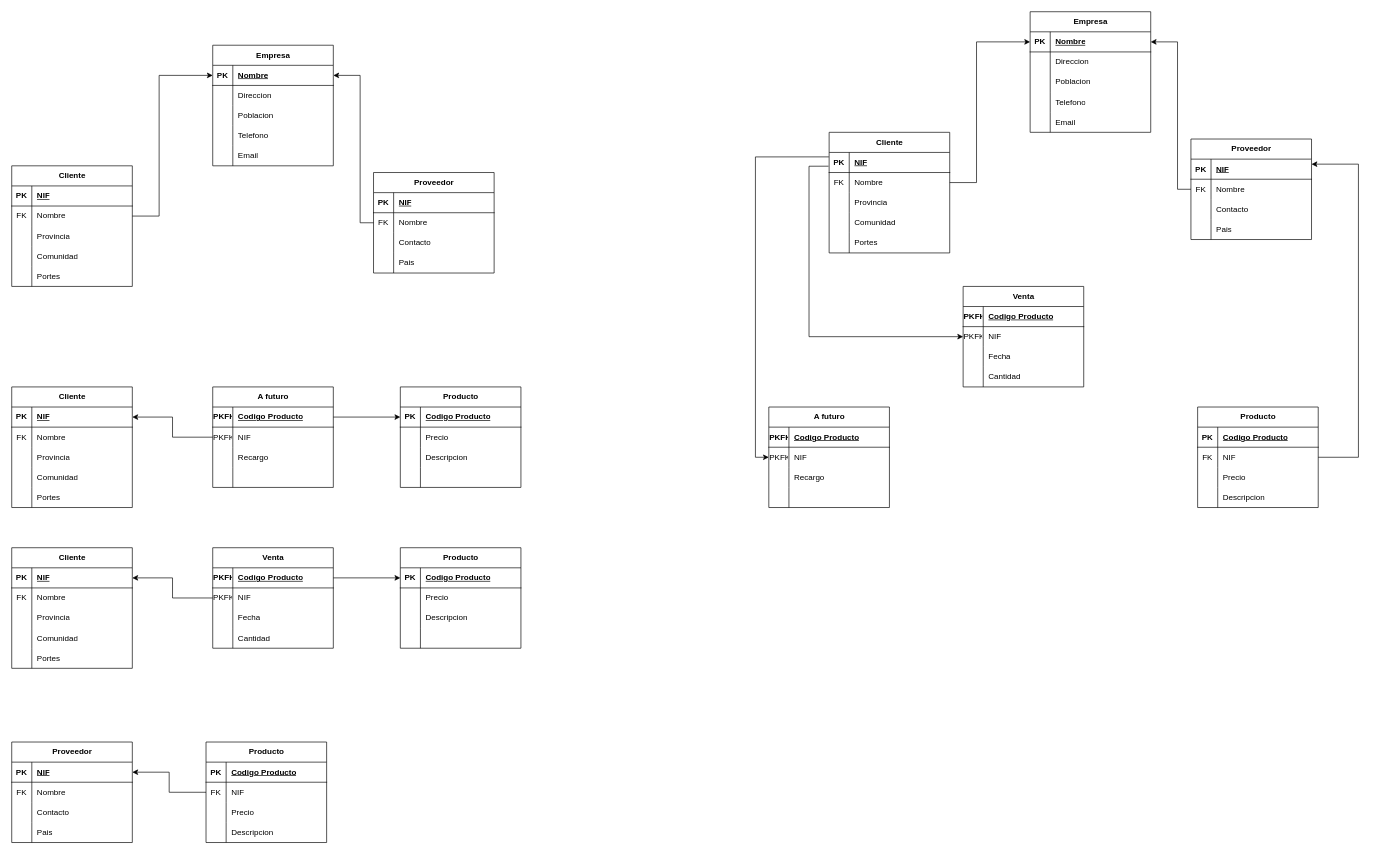
Above: Unidad_1/Tareas/Tareas_entregables/Tarea_5/Empresa Compra Venta.drawio in OxideVanadium/base_de_datos (draw.io), before the change. Source tidied: cells renumbered, new cells numbered last; positions are measured from the earlier drawing's top-left corner, leaving out a move shared by most shapes. Both pictures are drawn from the tidied source at 67%, with x=0, y=0 at pixel (11, 11).
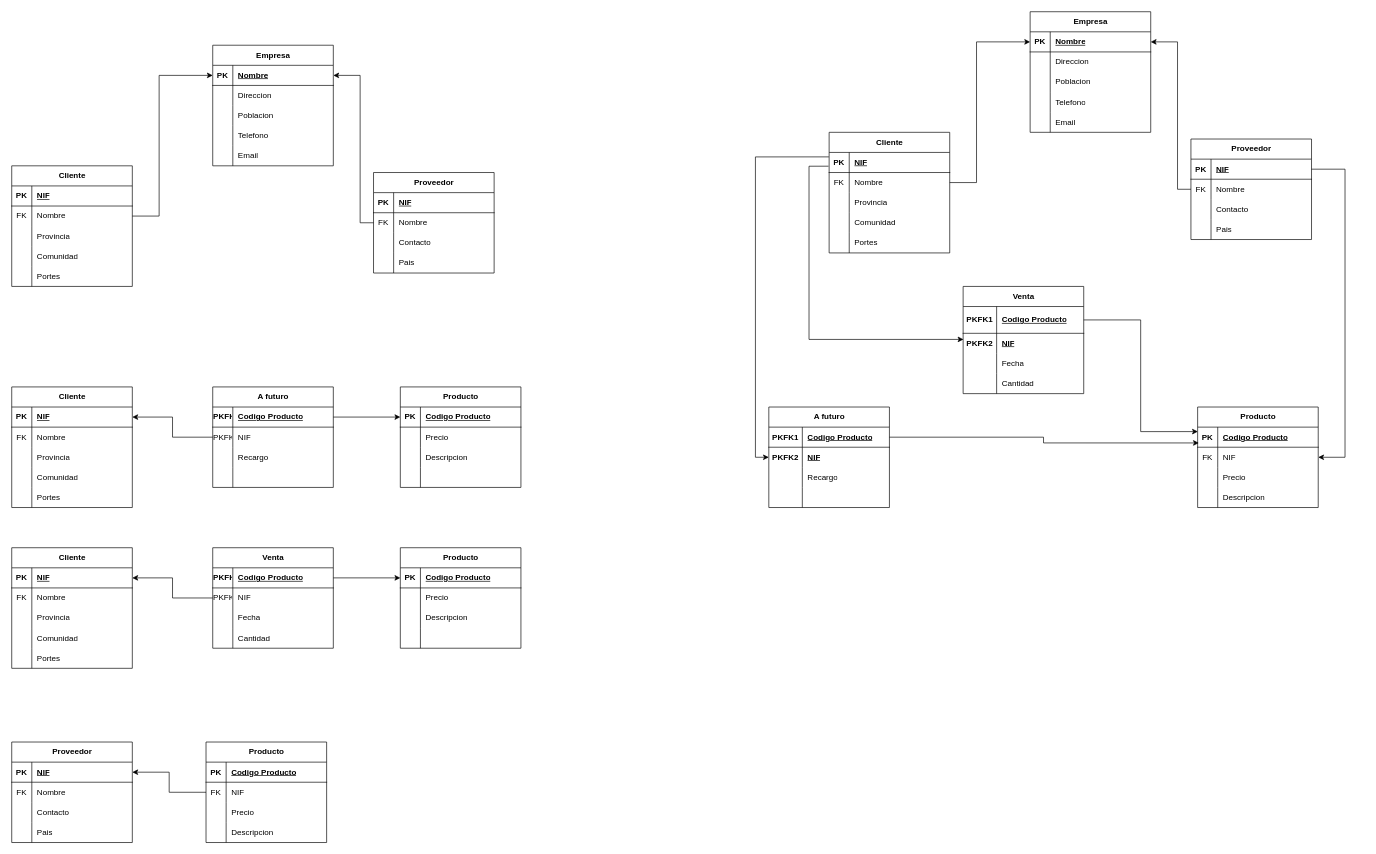
The same page after the edit.

The change refers to these unchanged cells:
```xml
<mxCell id="181" style="shape=tableRow;horizontal=0;startSize=0;swimlaneHead=0;swimlaneBody=0;fillColor=none;points=[[0,0.5],[1,0.5]];portConstraint=eastwest;top=0;left=0;right=0;bottom=1;" parent="180" vertex="1">
  <mxGeometry y="30" width="180" height="30" as="geometry" />
</mxCell>
<mxCell id="197" value="Proveedor" style="shape=table;startSize=30;childLayout=tableLayout;rowLines=0;fontStyle=1;align=center;html=1;" parent="1" vertex="1">
  <mxGeometry x="1760" y="190" width="180" height="150" as="geometry" />
</mxCell>
<mxCell id="198" style="shape=tableRow;horizontal=0;startSize=0;swimlaneHead=0;swimlaneBody=0;fillColor=none;points=[[0,0.5],[1,0.5]];portConstraint=eastwest;top=0;left=0;right=0;bottom=1;" parent="197" vertex="1">
  <mxGeometry y="30" width="180" height="30" as="geometry" />
</mxCell>
<mxCell id="212" style="shape=tableRow;horizontal=0;startSize=0;swimlaneHead=0;swimlaneBody=0;fillColor=none;points=[[0,0.5],[1,0.5]];portConstraint=eastwest;top=0;left=0;right=0;bottom=1;" parent="211" vertex="1">
  <mxGeometry y="30" width="180" height="30" as="geometry" />
</mxCell>
<mxCell id="215" style="shape=tableRow;horizontal=0;startSize=0;swimlaneHead=0;swimlaneBody=0;fillColor=none;points=[[0,0.5],[1,0.5]];portConstraint=eastwest;top=0;left=0;right=0;bottom=0;" parent="211" vertex="1">
  <mxGeometry y="60" width="180" height="30" as="geometry" />
</mxCell>
<mxCell id="226" style="shape=tableRow;horizontal=0;startSize=0;swimlaneHead=0;swimlaneBody=0;fillColor=none;points=[[0,0.5],[1,0.5]];portConstraint=eastwest;top=0;left=0;right=0;bottom=1;" parent="225" vertex="1">
  <mxGeometry y="30" width="180" height="30" as="geometry" />
</mxCell>
<mxCell id="229" style="shape=tableRow;horizontal=0;startSize=0;swimlaneHead=0;swimlaneBody=0;fillColor=none;points=[[0,0.5],[1,0.5]];portConstraint=eastwest;top=0;left=0;right=0;bottom=0;" parent="225" vertex="1">
  <mxGeometry y="60" width="180" height="30" as="geometry" />
</mxCell>
<mxCell id="232" style="shape=tableRow;horizontal=0;startSize=0;swimlaneHead=0;swimlaneBody=0;fillColor=none;top=0;left=0;right=0;bottom=0;" parent="225" vertex="1">
  <mxGeometry y="90" width="180" height="30" as="geometry" />
</mxCell>
<mxCell id="235" style="shape=tableRow;horizontal=0;startSize=0;swimlaneHead=0;swimlaneBody=0;fillColor=none;top=0;left=0;right=0;bottom=0;" parent="225" vertex="1">
  <mxGeometry y="120" width="180" height="30" as="geometry" />
</mxCell>
```

Diff of the diagram source:
```diff
@@
-    <mxCell id="224" style="edgeStyle=orthogonalEdgeStyle;rounded=0;jettySize=auto;html=1;entryX=1;entryY=0.25;entryDx=0;entryDy=0;" parent="1" edge="1" source="215" target="197">
-      <mxGeometry relative="1" as="geometry">
-        <Array as="points">
-          <mxPoint x="2010" y="665" />
-          <mxPoint x="2010" y="227" />
-        </Array>
-      </mxGeometry>
-    </mxCell>
@@
-    <mxCell id="227" value="PKFK" style="shape=partialRectangle;fillColor=none;top=0;left=0;bottom=0;right=0;fontStyle=1;overflow=hidden;whiteSpace=wrap;html=1;" parent="226" vertex="1">
-      <mxGeometry width="30" height="30" as="geometry" />
+    <mxCell id="227" value="PKFK1" style="shape=partialRectangle;fillColor=none;top=0;left=0;bottom=0;right=0;fontStyle=1;overflow=hidden;whiteSpace=wrap;html=1;" parent="226" vertex="1">
+      <mxGeometry width="50" height="30" as="geometry" />
     </mxCell>
     <mxCell id="228" value="Codigo Producto" style="shape=partialRectangle;fillColor=none;top=0;left=0;bottom=0;right=0;align=left;spacingLeft=6;fontStyle=5;overflow=hidden;whiteSpace=wrap;html=1;" parent="226" vertex="1">
-      <mxGeometry x="30" width="150" height="30" as="geometry" />
+      <mxGeometry x="50" width="130" height="30" as="geometry" />
     </mxCell>
@@
-    <mxCell id="230" value="PKFK" style="shape=partialRectangle;fillColor=none;top=0;left=0;bottom=0;right=0;overflow=hidden;whiteSpace=wrap;html=1;" parent="229" vertex="1">
-      <mxGeometry width="30" height="30" as="geometry" />
+    <mxCell id="230" value="&lt;b&gt;PKFK2&lt;/b&gt;" style="shape=partialRectangle;fillColor=none;top=0;left=0;bottom=0;right=0;overflow=hidden;whiteSpace=wrap;html=1;" parent="229" vertex="1">
+      <mxGeometry width="50" height="30" as="geometry" />
     </mxCell>
-    <mxCell id="231" value="NIF" style="shape=partialRectangle;fillColor=none;top=0;left=0;bottom=0;right=0;align=left;spacingLeft=6;overflow=hidden;whiteSpace=wrap;html=1;" parent="229" vertex="1">
-      <mxGeometry x="30" width="150" height="30" as="geometry" />
+    <mxCell id="231" value="&lt;b&gt;&lt;u&gt;NIF&lt;/u&gt;&lt;/b&gt;" style="shape=partialRectangle;fillColor=none;top=0;left=0;bottom=0;right=0;align=left;spacingLeft=6;overflow=hidden;whiteSpace=wrap;html=1;" parent="229" vertex="1">
+      <mxGeometry x="50" width="130" height="30" as="geometry" />
     </mxCell>
@@
     <mxCell id="233" style="shape=partialRectangle;fillColor=none;top=0;left=0;bottom=0;right=0;overflow=hidden;whiteSpace=wrap;html=1;" parent="232" vertex="1">
-      <mxGeometry width="30" height="30" as="geometry" />
+      <mxGeometry width="50" height="30" as="geometry" />
     </mxCell>
     <mxCell id="234" value="Recargo" style="shape=partialRectangle;fillColor=none;top=0;left=0;bottom=0;right=0;align=left;spacingLeft=6;overflow=hidden;whiteSpace=wrap;html=1;" parent="232" vertex="1">
-      <mxGeometry x="30" width="150" height="30" as="geometry" />
+      <mxGeometry x="50" width="130" height="30" as="geometry" />
     </mxCell>
@@
     <mxCell id="236" style="shape=partialRectangle;fillColor=none;top=0;left=0;bottom=0;right=0;overflow=hidden;whiteSpace=wrap;html=1;" parent="235" vertex="1">
-      <mxGeometry width="30" height="30" as="geometry" />
+      <mxGeometry width="50" height="30" as="geometry" />
     </mxCell>
     <mxCell id="237" style="shape=partialRectangle;fillColor=none;top=0;left=0;bottom=0;right=0;align=left;spacingLeft=6;overflow=hidden;whiteSpace=wrap;html=1;" parent="235" vertex="1">
-      <mxGeometry x="30" width="150" height="30" as="geometry" />
+      <mxGeometry x="50" width="130" height="30" as="geometry" />
     </mxCell>
     <mxCell id="238" value="Venta" style="shape=table;startSize=30;childLayout=tableLayout;rowLines=0;fontStyle=1;align=center;html=1;" parent="1" vertex="1">
-      <mxGeometry x="1420" y="410" width="180" height="150" as="geometry" />
+      <mxGeometry x="1420" y="410" width="180" height="160" as="geometry" />
     </mxCell>
     <mxCell id="239" style="shape=tableRow;horizontal=0;startSize=0;swimlaneHead=0;swimlaneBody=0;fillColor=none;points=[[0,0.5],[1,0.5]];portConstraint=eastwest;top=0;left=0;right=0;bottom=1;" parent="238" vertex="1">
-      <mxGeometry y="30" width="180" height="30" as="geometry" />
+      <mxGeometry y="30" width="180" height="40" as="geometry" />
     </mxCell>
-    <mxCell id="240" value="PKFK" style="shape=partialRectangle;fillColor=none;top=0;left=0;bottom=0;right=0;fontStyle=1;overflow=hidden;whiteSpace=wrap;html=1;" parent="239" vertex="1">
-      <mxGeometry width="30" height="30" as="geometry" />
+    <mxCell id="240" value="PKFK1" style="shape=partialRectangle;fillColor=none;top=0;left=0;bottom=0;right=0;fontStyle=1;overflow=hidden;whiteSpace=wrap;html=1;" parent="239" vertex="1">
+      <mxGeometry width="50" height="40" as="geometry" />
     </mxCell>
     <mxCell id="241" value="Codigo Producto" style="shape=partialRectangle;fillColor=none;top=0;left=0;bottom=0;right=0;align=left;spacingLeft=6;fontStyle=5;overflow=hidden;whiteSpace=wrap;html=1;" parent="239" vertex="1">
-      <mxGeometry x="30" width="150" height="30" as="geometry" />
+      <mxGeometry x="50" width="130" height="40" as="geometry" />
     </mxCell>
-    <mxCell id="242" style="shape=tableRow;horizontal=0;startSize=0;swimlaneHead=0;swimlaneBody=0;fillColor=none;points=[[0,0.5],[1,0.5]];portConstraint=eastwest;top=0;left=0;right=0;bottom=0;" parent="238" vertex="1">
-      <mxGeometry y="60" width="180" height="30" as="geometry" />
+    <mxCell id="242" style="shape=tableRow;horizontal=0;startSize=0;swimlaneHead=0;swimlaneBody=0;fillColor=none;points=[[0,0.5],[1,0.5]];portConstraint=eastwest;top=0;left=0;right=0;bottom=0;labelBorderColor=default;verticalAlign=middle;" parent="238" vertex="1">
+      <mxGeometry y="70" width="180" height="30" as="geometry" />
     </mxCell>
-    <mxCell id="243" value="PKFK" style="shape=partialRectangle;fillColor=none;top=0;left=0;bottom=0;right=0;overflow=hidden;whiteSpace=wrap;html=1;" parent="242" vertex="1">
-      <mxGeometry width="30" height="30" as="geometry" />
+    <mxCell id="243" value="&lt;b&gt;PKFK2&lt;/b&gt;" style="shape=partialRectangle;fillColor=none;top=0;left=0;bottom=0;right=0;overflow=hidden;whiteSpace=wrap;html=1;" parent="242" vertex="1">
+      <mxGeometry width="50" height="30" as="geometry" />
     </mxCell>
-    <mxCell id="244" value="NIF" style="shape=partialRectangle;fillColor=none;top=0;left=0;bottom=0;right=0;align=left;spacingLeft=6;overflow=hidden;whiteSpace=wrap;html=1;" parent="242" vertex="1">
-      <mxGeometry x="30" width="150" height="30" as="geometry" />
+    <mxCell id="244" value="&lt;b&gt;&lt;u&gt;NIF&lt;/u&gt;&lt;/b&gt;" style="shape=partialRectangle;fillColor=none;top=0;left=0;bottom=0;right=0;align=left;spacingLeft=6;overflow=hidden;whiteSpace=wrap;html=1;" parent="242" vertex="1">
+      <mxGeometry x="50" width="130" height="30" as="geometry" />
     </mxCell>
     <mxCell id="245" style="shape=tableRow;horizontal=0;startSize=0;swimlaneHead=0;swimlaneBody=0;fillColor=none;top=0;left=0;right=0;bottom=0;" parent="238" vertex="1">
-      <mxGeometry y="90" width="180" height="30" as="geometry" />
+      <mxGeometry y="100" width="180" height="30" as="geometry" />
     </mxCell>
     <mxCell id="246" style="shape=partialRectangle;fillColor=none;top=0;left=0;bottom=0;right=0;overflow=hidden;whiteSpace=wrap;html=1;" parent="245" vertex="1">
-      <mxGeometry width="30" height="30" as="geometry" />
+      <mxGeometry width="50" height="30" as="geometry" />
     </mxCell>
     <mxCell id="247" value="Fecha" style="shape=partialRectangle;fillColor=none;top=0;left=0;bottom=0;right=0;align=left;spacingLeft=6;overflow=hidden;whiteSpace=wrap;html=1;" parent="245" vertex="1">
-      <mxGeometry x="30" width="150" height="30" as="geometry" />
+      <mxGeometry x="50" width="130" height="30" as="geometry" />
     </mxCell>
     <mxCell id="248" style="shape=tableRow;horizontal=0;startSize=0;swimlaneHead=0;swimlaneBody=0;fillColor=none;top=0;left=0;right=0;bottom=0;" parent="238" vertex="1">
-      <mxGeometry y="120" width="180" height="30" as="geometry" />
+      <mxGeometry y="130" width="180" height="30" as="geometry" />
     </mxCell>
     <mxCell id="249" style="shape=partialRectangle;fillColor=none;top=0;left=0;bottom=0;right=0;overflow=hidden;whiteSpace=wrap;html=1;" parent="248" vertex="1">
-      <mxGeometry width="30" height="30" as="geometry" />
+      <mxGeometry width="50" height="30" as="geometry" />
     </mxCell>
     <mxCell id="250" value="Cantidad" style="shape=partialRectangle;fillColor=none;top=0;left=0;bottom=0;right=0;align=left;spacingLeft=6;overflow=hidden;whiteSpace=wrap;html=1;" parent="248" vertex="1">
-      <mxGeometry x="30" width="150" height="30" as="geometry" />
+      <mxGeometry x="50" width="130" height="30" as="geometry" />
     </mxCell>
@@
-    <mxCell id="252" style="edgeStyle=orthogonalEdgeStyle;rounded=0;jettySize=auto;html=1;entryX=0;entryY=0.5;entryDx=0;entryDy=0;exitX=-0.005;exitY=0.685;exitDx=0;exitDy=0;exitPerimeter=0;" parent="1" edge="1" source="181" target="242">
+    <mxCell id="252" style="edgeStyle=orthogonalEdgeStyle;rounded=0;jettySize=auto;html=1;entryX=0.003;entryY=0.303;entryDx=0;entryDy=0;exitX=-0.005;exitY=0.685;exitDx=0;exitDy=0;exitPerimeter=0;entryPerimeter=0;" parent="1" edge="1" source="181" target="242">
       <mxGeometry relative="1" as="geometry">
         <Array as="points">
           <mxPoint x="1190" y="231" />
-          <mxPoint x="1190" y="485" />
+          <mxPoint x="1190" y="490" />
+          <mxPoint x="1420" y="490" />
         </Array>
       </mxGeometry>
     </mxCell>
+    <mxCell id="253" style="edgeStyle=orthogonalEdgeStyle;rounded=0;jettySize=auto;html=1;entryX=0.01;entryY=0.787;entryDx=0;entryDy=0;entryPerimeter=0;" parent="1" edge="1" source="226" target="212">
+      <mxGeometry relative="1" as="geometry" />
+    </mxCell>
+    <mxCell id="254" style="edgeStyle=orthogonalEdgeStyle;rounded=0;jettySize=auto;html=1;entryX=0.002;entryY=0.223;entryDx=0;entryDy=0;entryPerimeter=0;" parent="1" edge="1" source="239" target="212">
+      <mxGeometry relative="1" as="geometry" />
+    </mxCell>
+    <mxCell id="255" style="edgeStyle=orthogonalEdgeStyle;rounded=0;jettySize=auto;html=1;entryX=1;entryY=0.5;entryDx=0;entryDy=0;" parent="1" edge="1" source="198" target="215">
+      <mxGeometry relative="1" as="geometry">
+        <Array as="points">
+          <mxPoint x="1990" y="235" />
+          <mxPoint x="1990" y="665" />
+        </Array>
+      </mxGeometry>
+    </mxCell>
```
